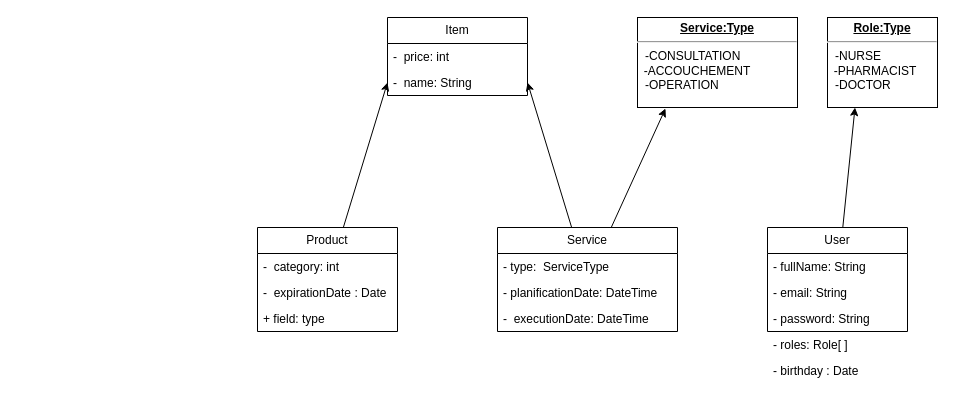
Before: page "class diagram" (1 of 2) of Untitled Diagram.drawio in arseneRuben/CinsolManagement, a draw.io diagram. Source tidied: cells renumbered, new cells numbered last; positions are measured from the earlier drawing's top-left corner, leaving out a move shared by most shapes. Both pictures are drawn from the tidied source at 100%, with x=0, y=0 at pixel (257, 17).
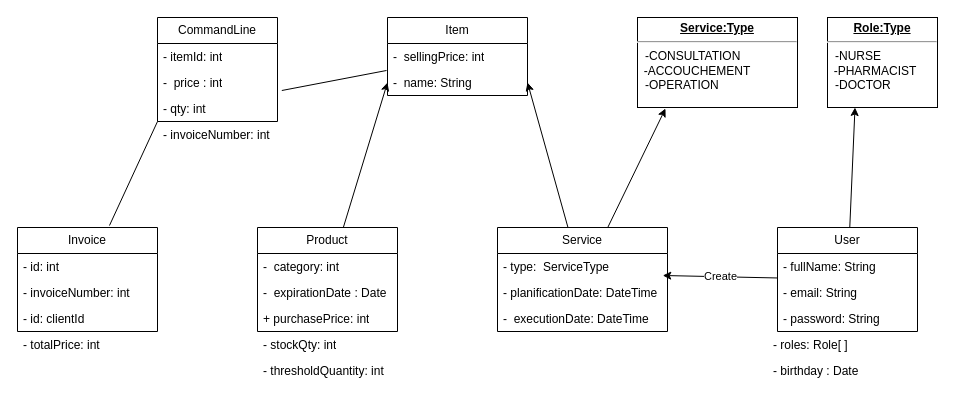
The same diagram, later.

Commit message:
facture et commande

Unchanged cells that the change refers to:
```xml
<mxCell id="2" value="Item" style="swimlane;fontStyle=0;horizontal=1;startSize=26;fillColor=none;whiteSpace=wrap;html=1;" parent="1" vertex="1">
  <mxGeometry x="130" width="140" height="78" as="geometry" />
</mxCell>
<mxCell id="4" value="-&amp;nbsp; name: String" style="text;strokeColor=none;fillColor=none;align=left;verticalAlign=top;spacingLeft=4;spacingRight=4;overflow=hidden;points=[[0,0.5],[1,0.5]];portConstraint=eastwest;whiteSpace=wrap;html=1;" parent="2" vertex="1">
  <mxGeometry y="52" width="140" height="26" as="geometry" />
</mxCell>
<mxCell id="6" value="Product" style="swimlane;fontStyle=0;horizontal=1;startSize=26;fillColor=none;whiteSpace=wrap;html=1;" parent="1" vertex="1">
  <mxGeometry y="210" width="140" height="104" as="geometry" />
</mxCell>
```

What changed in the source:
```diff
@@
-    <mxCell id="3" value="-&amp;nbsp; price: int" style="text;strokeColor=none;fillColor=none;align=left;verticalAlign=top;spacingLeft=4;spacingRight=4;overflow=hidden;whiteSpace=wrap;html=1;" parent="2" vertex="1">
+    <mxCell id="3" value="-&amp;nbsp; sellingPrice: int" style="text;strokeColor=none;fillColor=none;align=left;verticalAlign=top;spacingLeft=4;spacingRight=4;overflow=hidden;whiteSpace=wrap;html=1;" parent="2" vertex="1">
       <mxGeometry y="26" width="140" height="26" as="geometry" />
     </mxCell>
@@
-    <mxCell id="9" value="+ field: type" style="text;strokeColor=none;fillColor=none;align=left;verticalAlign=top;spacingLeft=4;spacingRight=4;overflow=hidden;whiteSpace=wrap;html=1;" parent="6" vertex="1">
+    <mxCell id="9" value="+ purchasePrice: int" style="text;strokeColor=none;fillColor=none;align=left;verticalAlign=top;spacingLeft=4;spacingRight=4;overflow=hidden;whiteSpace=wrap;html=1;" parent="6" vertex="1">
       <mxGeometry y="78" width="140" height="26" as="geometry" />
     </mxCell>
@@
     <mxCell id="11" value="Service" style="swimlane;fontStyle=0;horizontal=1;startSize=26;fillColor=none;whiteSpace=wrap;html=1;" parent="1" vertex="1">
-      <mxGeometry x="240" y="210" width="180" height="104" as="geometry" />
+      <mxGeometry x="240" y="210" width="170" height="104" as="geometry" />
     </mxCell>
     <mxCell id="12" value="- type:&amp;nbsp; ServiceType" style="text;strokeColor=none;fillColor=none;align=left;verticalAlign=top;spacingLeft=4;spacingRight=4;overflow=hidden;whiteSpace=wrap;html=1;" parent="11" vertex="1">
-      <mxGeometry y="26" width="180" height="26" as="geometry" />
+      <mxGeometry y="26" width="170" height="26" as="geometry" />
     </mxCell>
     <mxCell id="13" value="- planificationDate: DateTime" style="text;strokeColor=none;fillColor=none;align=left;verticalAlign=top;spacingLeft=4;spacingRight=4;overflow=hidden;points=[[0,0.5],[1,0.5]];portConstraint=eastwest;whiteSpace=wrap;html=1;" parent="11" vertex="1">
-      <mxGeometry y="52" width="180" height="26" as="geometry" />
+      <mxGeometry y="52" width="170" height="26" as="geometry" />
     </mxCell>
     <mxCell id="14" value="-&amp;nbsp; executionDate: DateTime" style="text;strokeColor=none;fillColor=none;align=left;verticalAlign=top;spacingLeft=4;spacingRight=4;overflow=hidden;whiteSpace=wrap;html=1;" parent="11" vertex="1">
-      <mxGeometry y="78" width="180" height="26" as="geometry" />
+      <mxGeometry y="78" width="170" height="26" as="geometry" />
     </mxCell>
@@
     <mxCell id="18" value="User" style="swimlane;fontStyle=0;horizontal=1;startSize=26;fillColor=none;whiteSpace=wrap;html=1;" parent="1" vertex="1">
-      <mxGeometry x="510" y="210" width="140" height="104" as="geometry" />
+      <mxGeometry x="520" y="210" width="140" height="104" as="geometry" />
     </mxCell>
@@
+    <mxCell id="25" value="- stockQty: int" style="text;strokeColor=none;fillColor=none;align=left;verticalAlign=top;spacingLeft=4;spacingRight=4;overflow=hidden;whiteSpace=wrap;html=1;" parent="1" vertex="1">
+      <mxGeometry y="314" width="140" height="26" as="geometry" />
+    </mxCell>
+    <mxCell id="26" value="- thresholdQuantity: int" style="text;strokeColor=none;fillColor=none;align=left;verticalAlign=top;spacingLeft=4;spacingRight=4;overflow=hidden;whiteSpace=wrap;html=1;" parent="1" vertex="1">
+      <mxGeometry y="340" width="140" height="26" as="geometry" />
+    </mxCell>
+    <mxCell id="27" value="Create" style="rounded=0;jettySize=auto;html=1;entryX=0.972;entryY=-0.154;entryDx=0;entryDy=0;entryPerimeter=0;" parent="1" edge="1" source="18" target="13">
+      <mxGeometry relative="1" as="geometry" />
+    </mxCell>
+    <mxCell id="28" value="CommandLine" style="swimlane;fontStyle=0;horizontal=1;startSize=26;fillColor=none;whiteSpace=wrap;html=1;" parent="1" vertex="1">
+      <mxGeometry x="-100" width="120" height="104" as="geometry" />
+    </mxCell>
+    <mxCell id="29" value="- itemId: int" style="text;strokeColor=none;fillColor=none;align=left;verticalAlign=top;spacingLeft=4;spacingRight=4;overflow=hidden;whiteSpace=wrap;html=1;" parent="28" vertex="1">
+      <mxGeometry y="26" width="120" height="26" as="geometry" />
+    </mxCell>
+    <mxCell id="30" value="-&amp;nbsp; price : int" style="text;strokeColor=none;fillColor=none;align=left;verticalAlign=top;spacingLeft=4;spacingRight=4;overflow=hidden;points=[[0,0.5],[1,0.5]];portConstraint=eastwest;whiteSpace=wrap;html=1;" parent="28" vertex="1">
+      <mxGeometry y="52" width="120" height="26" as="geometry" />
+    </mxCell>
+    <mxCell id="31" value="- qty: int" style="text;strokeColor=none;fillColor=none;align=left;verticalAlign=top;spacingLeft=4;spacingRight=4;overflow=hidden;points=[[0,0.5],[1,0.5]];portConstraint=eastwest;whiteSpace=wrap;html=1;" parent="28" vertex="1">
+      <mxGeometry y="78" width="120" height="26" as="geometry" />
+    </mxCell>
+    <mxCell id="32" value="- invoiceNumber: int" style="text;strokeColor=none;fillColor=none;align=left;verticalAlign=top;spacingLeft=4;spacingRight=4;overflow=hidden;whiteSpace=wrap;html=1;" parent="1" vertex="1">
+      <mxGeometry x="-100" y="104" width="120" height="26" as="geometry" />
+    </mxCell>
+    <mxCell id="33" style="endArrow=none;html=1;rounded=0;exitX=1.036;exitY=0.808;exitDx=0;exitDy=0;exitPerimeter=0;entryX=-0.007;entryY=0.038;entryDx=0;entryDy=0;entryPerimeter=0;" parent="1" edge="1" source="30" target="4">
+      <mxGeometry relative="1" as="geometry" />
+    </mxCell>
+    <mxCell id="34" value="Invoice" style="swimlane;fontStyle=0;horizontal=1;startSize=26;fillColor=none;whiteSpace=wrap;html=1;" parent="1" vertex="1">
+      <mxGeometry x="-240" y="210" width="140" height="104" as="geometry" />
+    </mxCell>
+    <mxCell id="35" value="- id: int" style="text;strokeColor=none;fillColor=none;align=left;verticalAlign=top;spacingLeft=4;spacingRight=4;overflow=hidden;whiteSpace=wrap;html=1;" parent="34" vertex="1">
+      <mxGeometry y="26" width="140" height="26" as="geometry" />
+    </mxCell>
+    <mxCell id="36" value="- invoiceNumber: int" style="text;strokeColor=none;fillColor=none;align=left;verticalAlign=top;spacingLeft=4;spacingRight=4;overflow=hidden;whiteSpace=wrap;html=1;" parent="34" vertex="1">
+      <mxGeometry y="52" width="140" height="26" as="geometry" />
+    </mxCell>
+    <mxCell id="37" value="- id: clientId" style="text;strokeColor=none;fillColor=none;align=left;verticalAlign=top;spacingLeft=4;spacingRight=4;overflow=hidden;whiteSpace=wrap;html=1;" parent="34" vertex="1">
+      <mxGeometry y="78" width="140" height="26" as="geometry" />
+    </mxCell>
+    <mxCell id="38" value="- totalPrice: int" style="text;strokeColor=none;fillColor=none;align=left;verticalAlign=top;spacingLeft=4;spacingRight=4;overflow=hidden;whiteSpace=wrap;html=1;" parent="1" vertex="1">
+      <mxGeometry x="-240" y="314" width="140" height="26" as="geometry" />
+    </mxCell>
+    <mxCell id="39" style="endArrow=none;html=1;rounded=0;exitX=0.657;exitY=-0.019;exitDx=0;exitDy=0;exitPerimeter=0;entryX=0;entryY=1;entryDx=0;entryDy=0;entryPerimeter=0;" parent="1" edge="1" source="34" target="31">
+      <mxGeometry relative="1" as="geometry" />
+    </mxCell>
```
